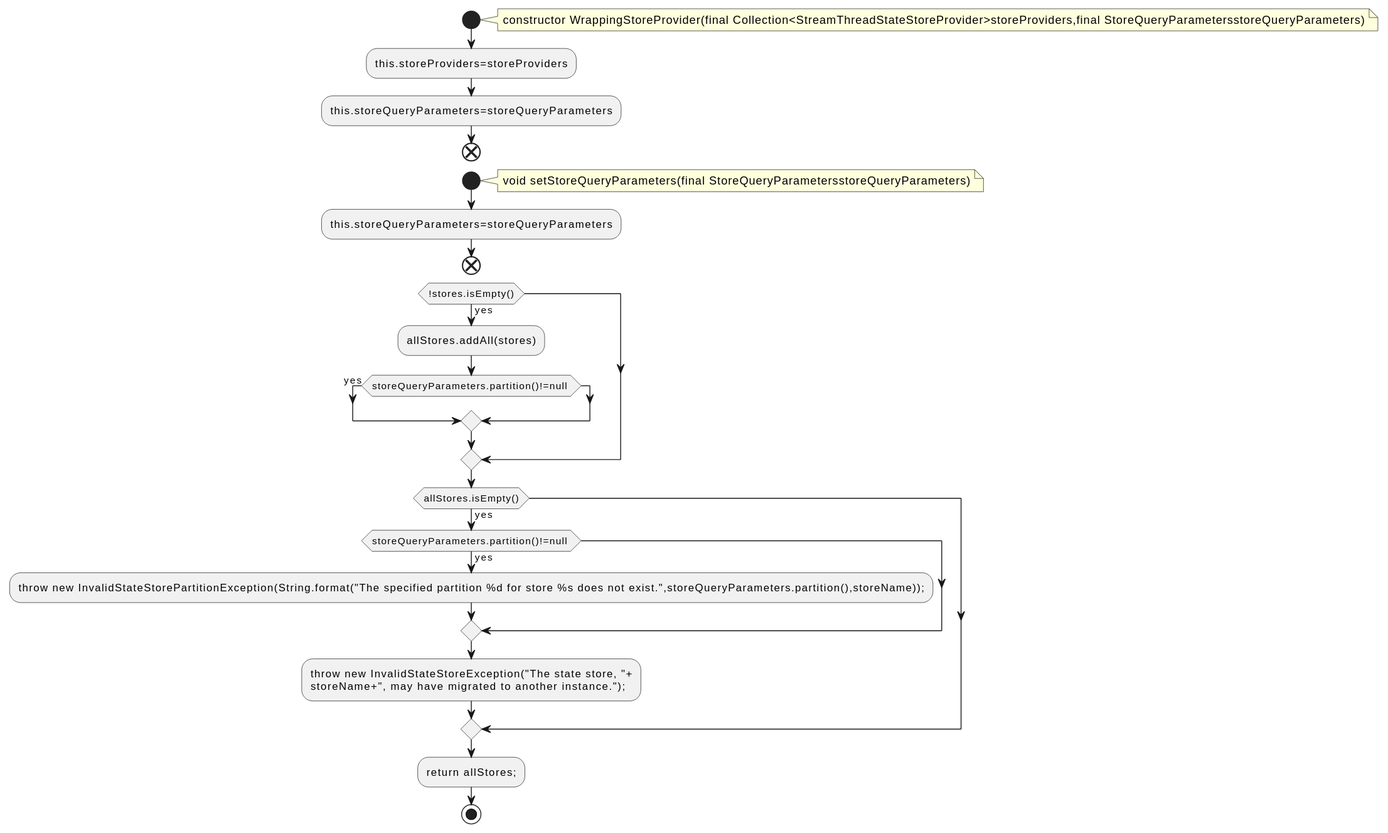
Above: docs/qc/streams/src/main/java/org/apache/kafka/streams/state/internals/WrappingStoreProvider.java.fct.svg in qualitesys/kafka (PlantUML), before the change.
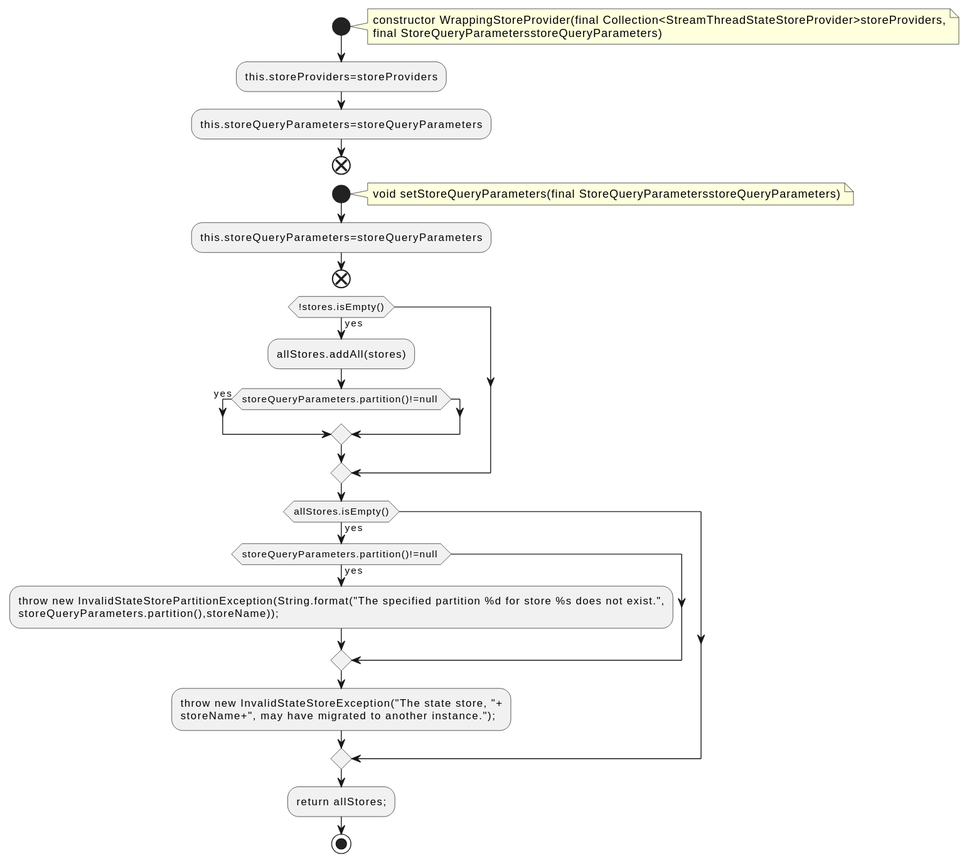
Later version of the same file.

The edit, as a diff of the source:
```diff
@@ -2,7 +2,8 @@
 !pragma layout smetana
 start
 note right
-constructor WrappingStoreProvider(final Collection<StreamThreadStateStoreProvider>storeProviders,final StoreQueryParametersstoreQueryParameters)
+constructor WrappingStoreProvider(final Collection<StreamThreadStateStoreProvider>storeProviders,
+final StoreQueryParametersstoreQueryParameters)
 end note
 :this.storeProviders=storeProviders;
 :this.storeQueryParameters=storeQueryParameters;
@@ -20,7 +21,8 @@
 endif
 if (allStores.isEmpty()) then (yes)
 if (storeQueryParameters.partition()!=null ) then (yes)
-:throw new InvalidStateStorePartitionException(String.format("The specified partition %d for store %s does not exist.",storeQueryParameters.partition(),storeName));;
+:throw new InvalidStateStorePartitionException(String.format("The specified partition %d for store %s does not exist.",
+storeQueryParameters.partition(),storeName));;
 endif
 :throw new InvalidStateStoreException("The state store, "+
 storeName+", may have migrated to another instance.");;
```
